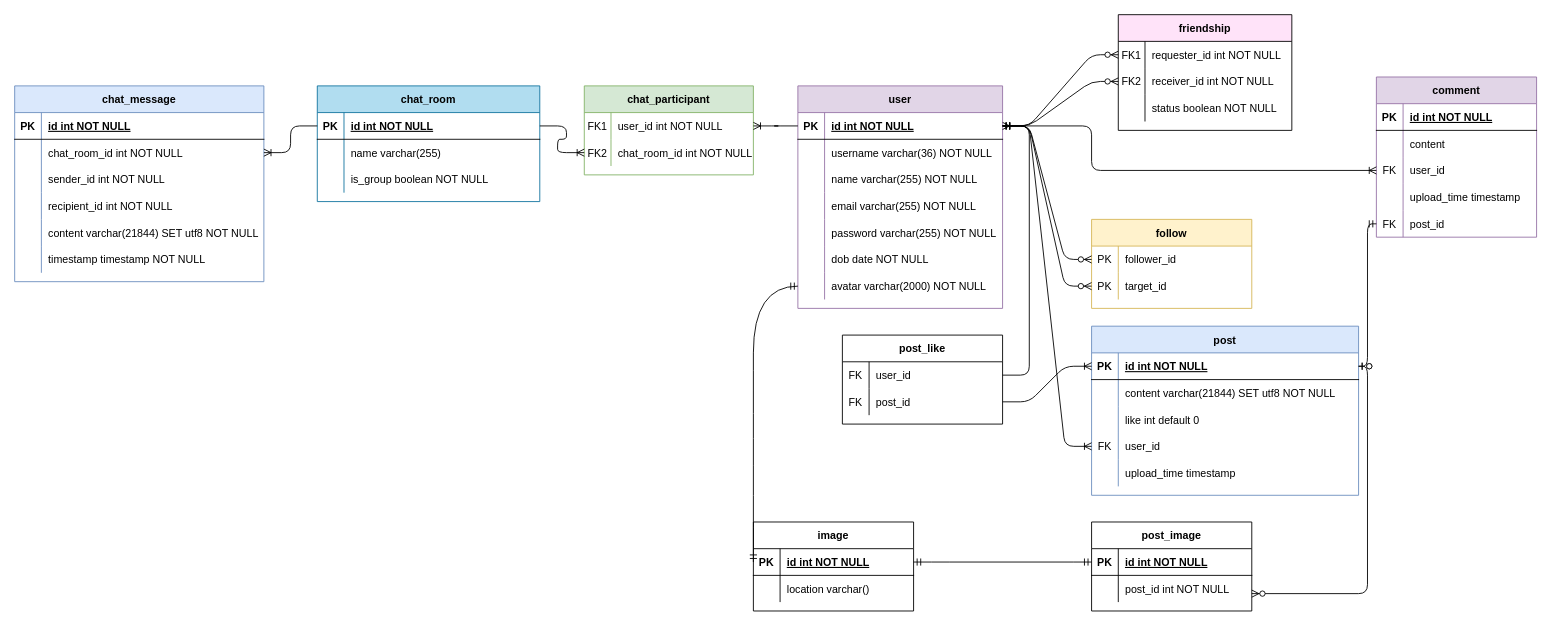
Before: fakebook.drawio in hoangvu03081/Fakebook, a draw.io diagram. Source tidied: cells renumbered, new cells numbered last; positions are measured from the earlier drawing's top-left corner, leaving out a move shared by most shapes. Both pictures are drawn from the tidied source at 89%, with x=0, y=0 at pixel (14, 14).
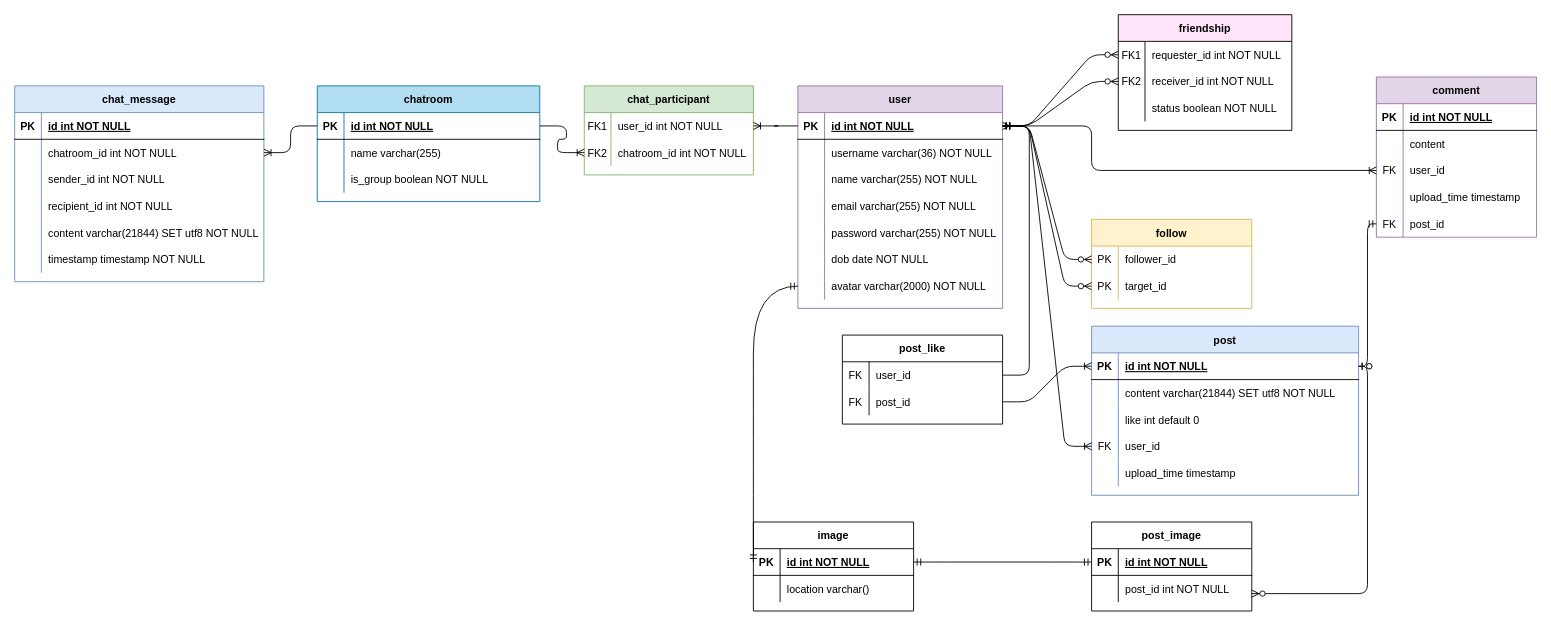
After the change.

Unchanged cells that the change refers to:
```xml
<mxCell id="16" style="shape=partialRectangle;fillColor=none;points=[[0,0.5],[1,0.5]];portConstraint=eastwest;top=0;left=0;right=0;bottom=0;" parent="12" vertex="1">
  <mxGeometry y="60" width="280" height="30" as="geometry" />
</mxCell>
<mxCell id="35" style="shape=partialRectangle;fillColor=none;top=0;left=0;bottom=0;right=0;points=[[0,0.5],[1,0.5]];portConstraint=eastwest;" parent="31" vertex="1">
  <mxGeometry y="60" width="190" height="30" as="geometry" />
</mxCell>
```

The edit, as a diff of the source:
```diff
@@
-    <mxCell id="2" value="chat_room" style="shape=table;startSize=30;childLayout=tableLayout;rowLines=0;fontStyle=1;align=center;fillColor=#b1ddf0;strokeColor=#10739e;" parent="1" vertex="1">
+    <mxCell id="2" value="chatroom" style="shape=table;startSize=30;childLayout=tableLayout;rowLines=0;fontStyle=1;align=center;fillColor=#b1ddf0;strokeColor=#10739e;" parent="1" vertex="1">
       <mxGeometry x="340" y="80" width="250" height="130" as="geometry" />
     </mxCell>
@@
-    <mxCell id="18" value="chat_room_id int NOT NULL" style="shape=partialRectangle;overflow=hidden;fillColor=none;top=0;left=0;bottom=0;right=0;align=left;spacingLeft=6;" parent="16" vertex="1">
+    <mxCell id="18" value="chatroom_id int NOT NULL" style="shape=partialRectangle;overflow=hidden;fillColor=none;top=0;left=0;bottom=0;right=0;align=left;spacingLeft=6;" parent="16" vertex="1">
       <mxGeometry x="30" width="250" height="30" as="geometry" />
     </mxCell>
@@
-    <mxCell id="37" value="chat_room_id int NOT NULL" style="shape=partialRectangle;fillColor=none;top=0;left=0;bottom=0;right=0;align=left;spacingLeft=6;overflow=hidden;" parent="35" vertex="1">
+    <mxCell id="37" value="chatroom_id int NOT NULL" style="shape=partialRectangle;fillColor=none;top=0;left=0;bottom=0;right=0;align=left;spacingLeft=6;overflow=hidden;" parent="35" vertex="1">
       <mxGeometry x="30" width="160" height="30" as="geometry" />
     </mxCell>
```
